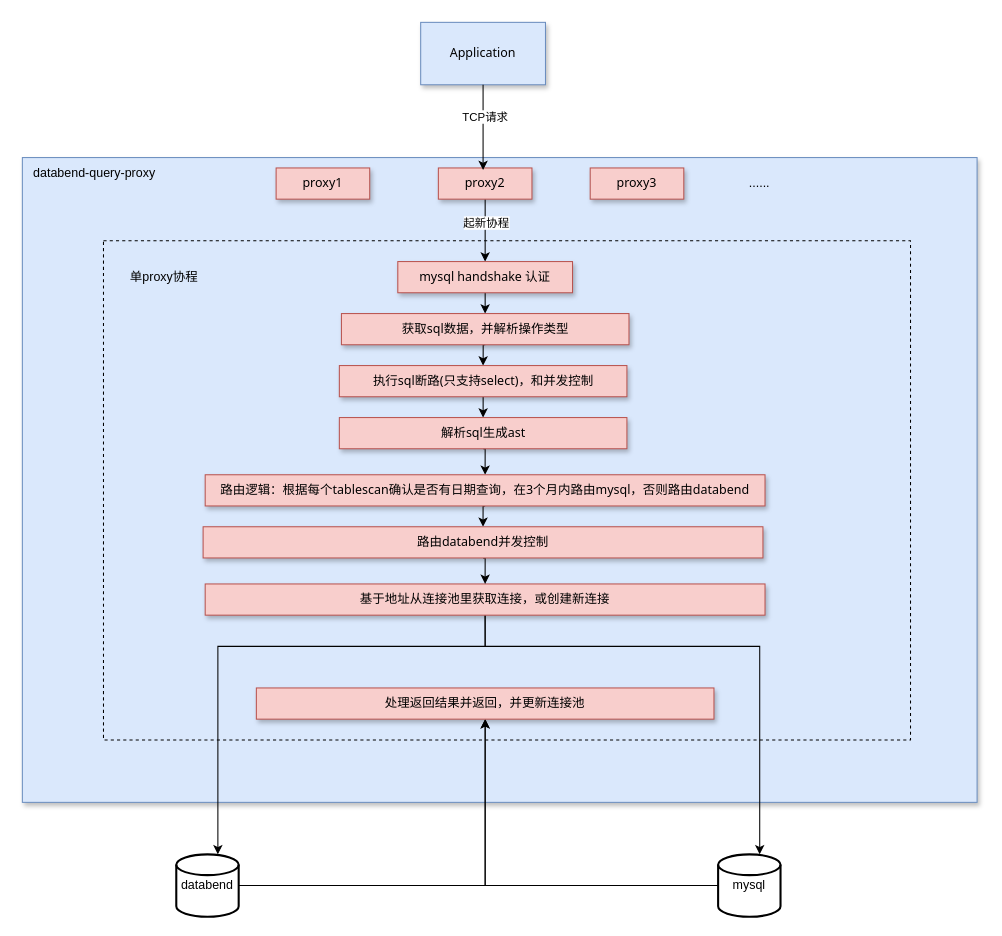
The draw.io diagram doc/databend-mysql-proxy方案.drawio in jackjoesh/databend, before the edit. Source tidied: cells renumbered, new cells numbered last; positions are measured from the earlier drawing's top-left corner, leaving out a move shared by most shapes. Both pictures are drawn from the tidied source at 104%, with x=0, y=0 at pixel (20, 22).
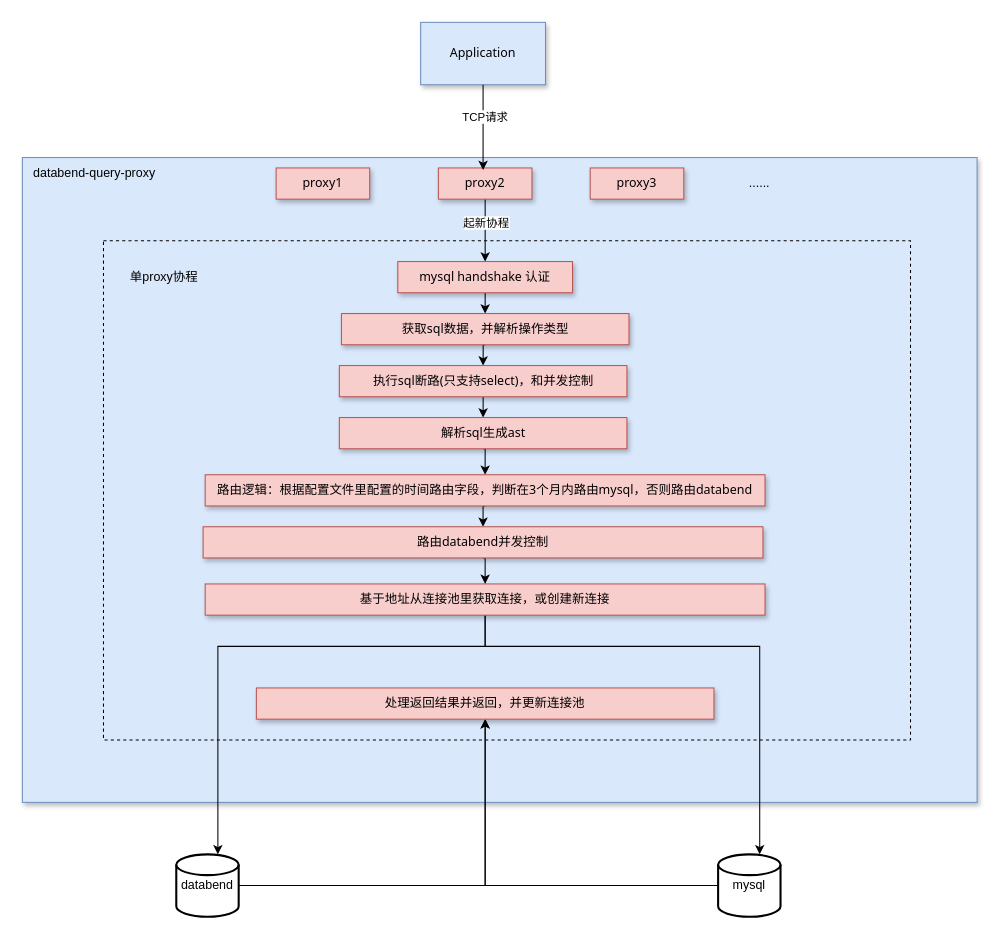
The same page after the edit.

Change to the diagram source:
```diff
@@
-    <mxCell id="27" value="路由逻辑：根据每个tablescan确认是否有日期查询，在3个月内路由mysql，否则路由databend" style="rounded=0;whiteSpace=wrap;html=1;fillColor=#f8cecc;strokeColor=#b85450;shadow=1;fontFamily=Tahoma;" parent="1" vertex="1">
+    <mxCell id="27" value="路由逻辑：根据配置文件里配置的时间路由字段，判断在3个月内路由mysql，否则路由databend" style="rounded=0;whiteSpace=wrap;html=1;fillColor=#f8cecc;strokeColor=#b85450;shadow=1;fontFamily=Tahoma;" parent="1" vertex="1">
       <mxGeometry x="177.8" y="435" width="538.3" height="30" as="geometry" />
     </mxCell>
```
